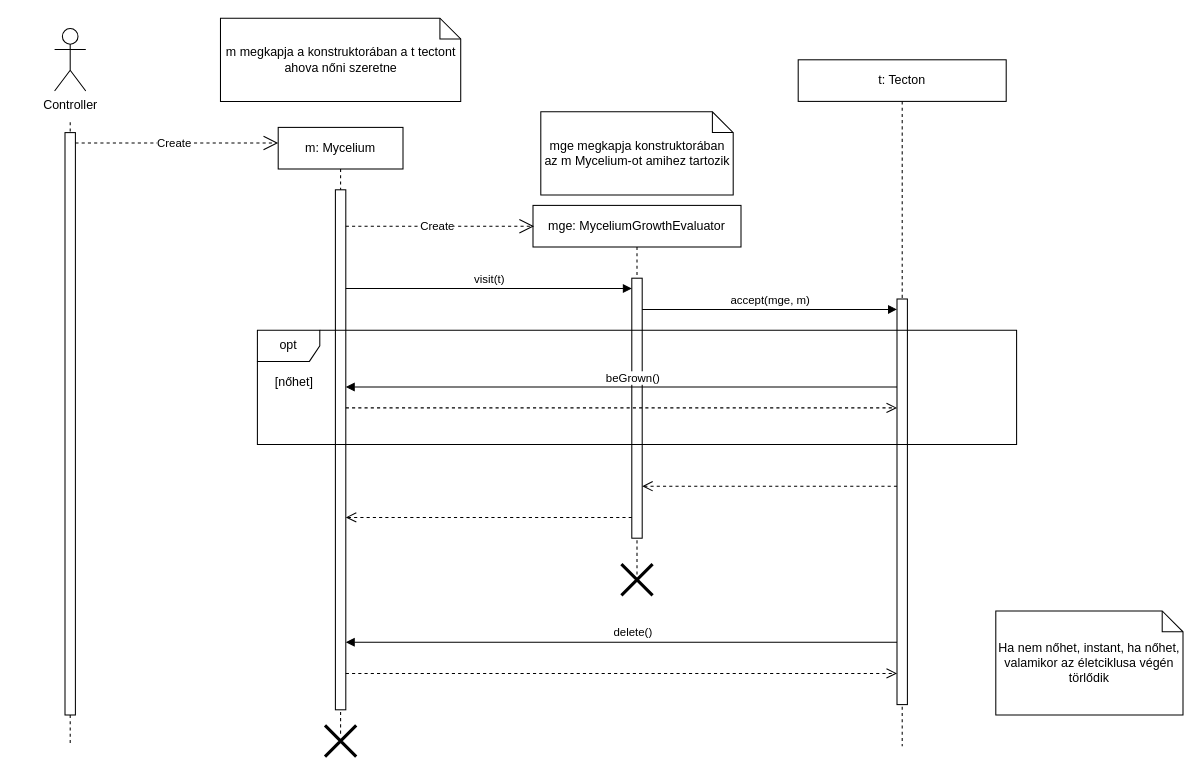
Before: page "MyceliumGrow" (2 of 12) of Szekvencia_Diagrammok.drawio in koharzsombor/bandITs, a draw.io diagram. Source tidied: cells renumbered, new cells numbered last; positions are measured from the earlier drawing's top-left corner, leaving out a move shared by most shapes. Both pictures are drawn from the tidied source at 104%, with x=0, y=0 at pixel (18, 18).
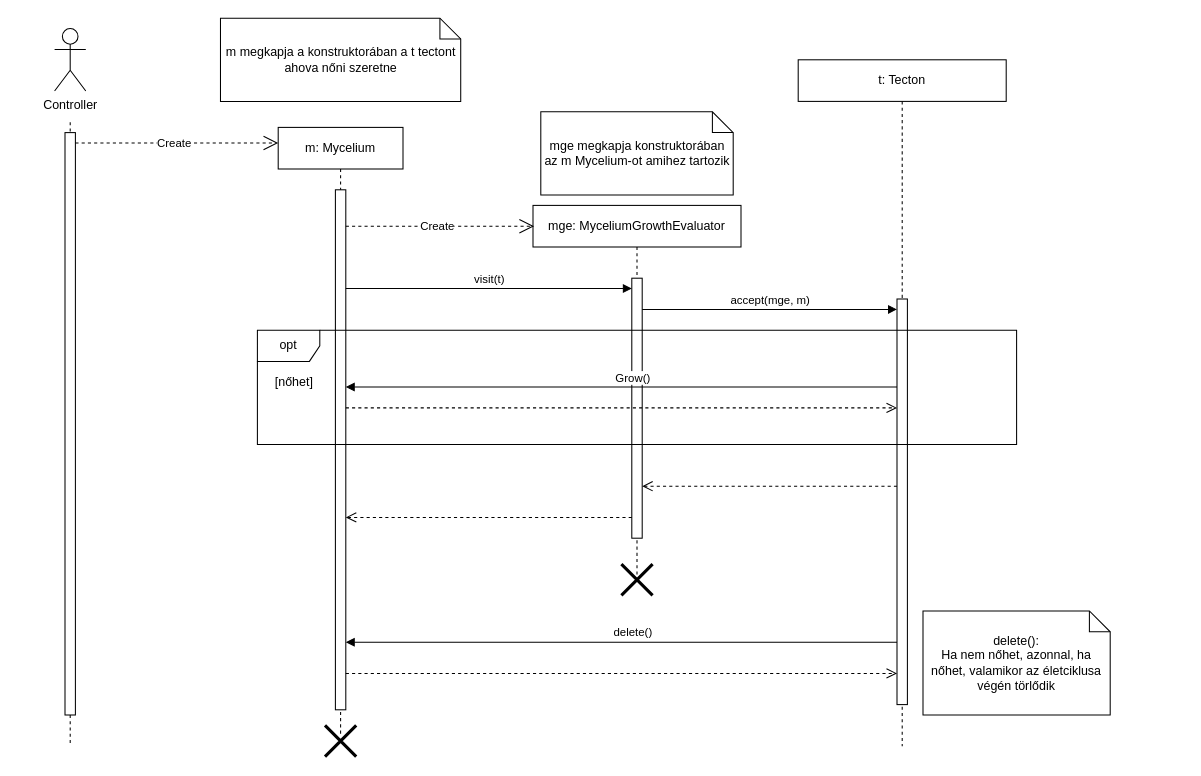
The same diagram, later.

The edit, as a diff of the source:
```diff
@@
-    <mxCell id="17" value="beGrown()" style="html=1;verticalAlign=bottom;endArrow=block;curved=0;rounded=0;" parent="1" edge="1">
+    <mxCell id="17" value="&lt;div&gt;&lt;span style=&quot;background-color: light-dark(#ffffff, var(--ge-dark-color, #121212)); color: light-dark(rgb(0, 0, 0), rgb(255, 255, 255));&quot;&gt;Grow()&lt;/span&gt;&lt;/div&gt;" style="html=1;verticalAlign=bottom;endArrow=block;curved=0;rounded=0;" parent="1" edge="1">
       <mxGeometry x="-0.04" relative="1" as="geometry">
         <mxPoint x="845" y="354.7" as="sourcePoint" />
         <mxPoint x="315" y="354.7" as="targetPoint" />
-        <Array as="points">
-          <mxPoint x="590" y="354.7" />
-        </Array>
       </mxGeometry>
     </mxCell>
@@
-    <mxCell id="25" value="Ha nem nőhet, instant, ha nőhet, valamikor az életciklusa végén törlődik" style="shape=note;size=20;whiteSpace=wrap;html=1;" parent="1" vertex="1">
-      <mxGeometry x="940" y="570" width="180" height="100" as="geometry" />
+    <mxCell id="25" value="delete():&lt;div&gt;Ha nem nőhet, azonnal, ha nőhet, valamikor az életciklusa végén törlődik&lt;/div&gt;" style="shape=note;size=20;whiteSpace=wrap;html=1;" parent="1" vertex="1">
+      <mxGeometry x="870" y="570" width="180" height="100" as="geometry" />
     </mxCell>
```
